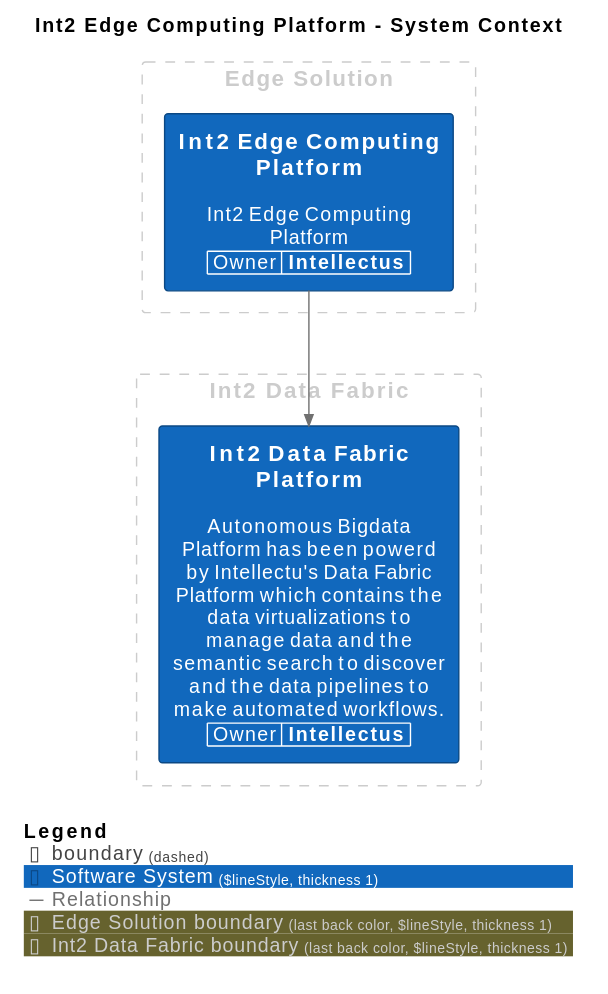
Above: master/svg/SystemContextForEdgeComputingPlatform.svg in IntellectusCorp/edge-solution-docs (PlantUML), before the change. Its source is kept beside it as master/puml/SystemContextForEdgeComputingPlatform.puml.
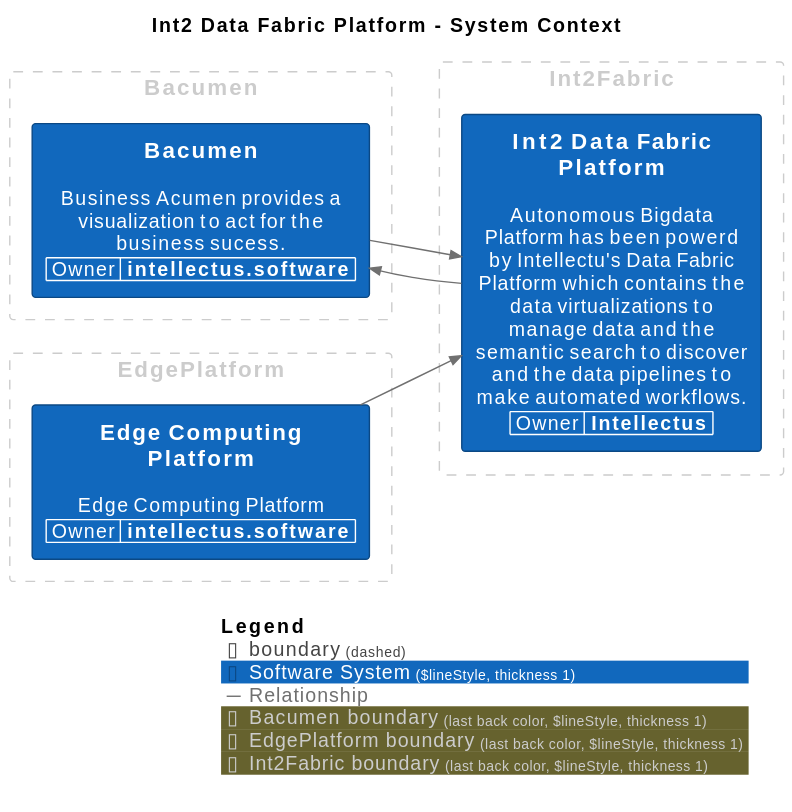
After the commit.

Change to the diagram source:
```diff
@@ -1,8 +1,8 @@
 @startuml
 set separator none
-title Int2 Edge Computing Platform - System Context
+title Int2 Data Fabric Platform - System Context
 
-top to bottom direction
+left to right direction
 
 !include <C4/C4>
 !include <C4/C4_Context>
@@ -11,22 +11,31 @@
 
 AddRelTag("Relationship", $textColor="#707070", $lineColor="#707070", $lineStyle = "")
 
-AddBoundaryTag("Edge Solution", $borderColor="#cccccc", $fontColor="#cccccc", $borderStyle="Dashed", $borderThickness="1")
-Boundary(group_1, "Edge Solution", $tags="Edge Solution") {
+AddBoundaryTag("Bacumen", $borderColor="#cccccc", $fontColor="#cccccc", $borderStyle="Dashed", $borderThickness="1")
+Boundary(group_1, "Bacumen", $tags="Bacumen") {
   WithoutPropertyHeader()
-  AddProperty("Owner","Intellectus")
-  System(Int2EdgeComputingPlatform, "Int2 Edge Computing Platform", $descr="Int2 Edge Computing Platform", $tags="Software System", $link="")
+  AddProperty("Owner","intellectus.software")
+  System(Bacumen, "Bacumen", $descr="Business Acumen provides a visualization to act for the business sucess.", $tags="Software System", $link="")
 }
 
-AddBoundaryTag("Int2 Data Fabric", $borderColor="#cccccc", $fontColor="#cccccc", $borderStyle="Dashed", $borderThickness="1")
-Boundary(group_2, "Int2 Data Fabric", $tags="Int2 Data Fabric") {
+AddBoundaryTag("EdgePlatform", $borderColor="#cccccc", $fontColor="#cccccc", $borderStyle="Dashed", $borderThickness="1")
+Boundary(group_2, "EdgePlatform", $tags="EdgePlatform") {
+  WithoutPropertyHeader()
+  AddProperty("Owner","intellectus.software")
+  System(EdgeComputingPlatform, "Edge Computing Platform", $descr="Edge Computing Platform", $tags="Software System", $link="")
+}
+
+AddBoundaryTag("Int2Fabric", $borderColor="#cccccc", $fontColor="#cccccc", $borderStyle="Dashed", $borderThickness="1")
+Boundary(group_3, "Int2Fabric", $tags="Int2Fabric") {
   WithoutPropertyHeader()
   AddProperty("Owner","Intellectus")
   System(Int2DataFabricPlatform, "Int2 Data Fabric Platform", $descr="Autonomous Bigdata Platform has been powerd by Intellectu's Data Fabric Platform which contains the data virtualizations to manage data and the semantic search to discover and the data pipelines to make automated workflows.", $tags="Software System", $link="")
 }
 
 
-Rel(Int2EdgeComputingPlatform, Int2DataFabricPlatform, "", $techn="", $tags="Relationship", $link="")
+Rel(Bacumen, Int2DataFabricPlatform, "", $techn="", $tags="Relationship", $link="")
+Rel(EdgeComputingPlatform, Int2DataFabricPlatform, "", $techn="", $tags="Relationship", $link="")
+Rel(Int2DataFabricPlatform, Bacumen, "", $techn="", $tags="Relationship", $link="")
 
 SHOW_LEGEND(true)
 @enduml
```
